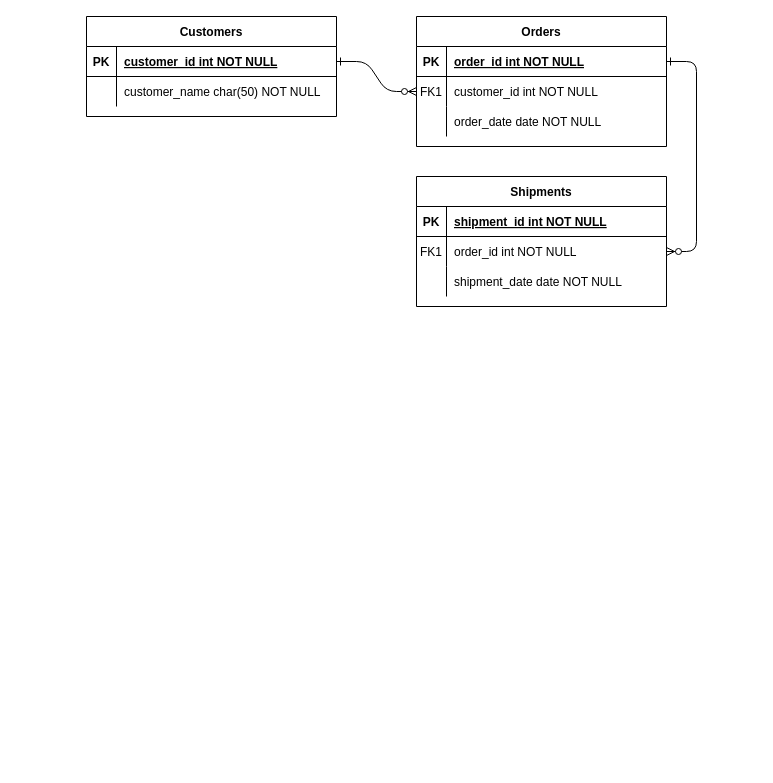
The draw.io diagram Diagrama sin título.drawio in MasacradorM/suma-ejecicio, before the edit. Source tidied: cells renumbered, new cells numbered last; positions are measured from the earlier drawing's top-left corner, leaving out a move shared by most shapes. Both pictures are drawn from the tidied source at 100%, with x=0, y=0 at pixel (86, 16).
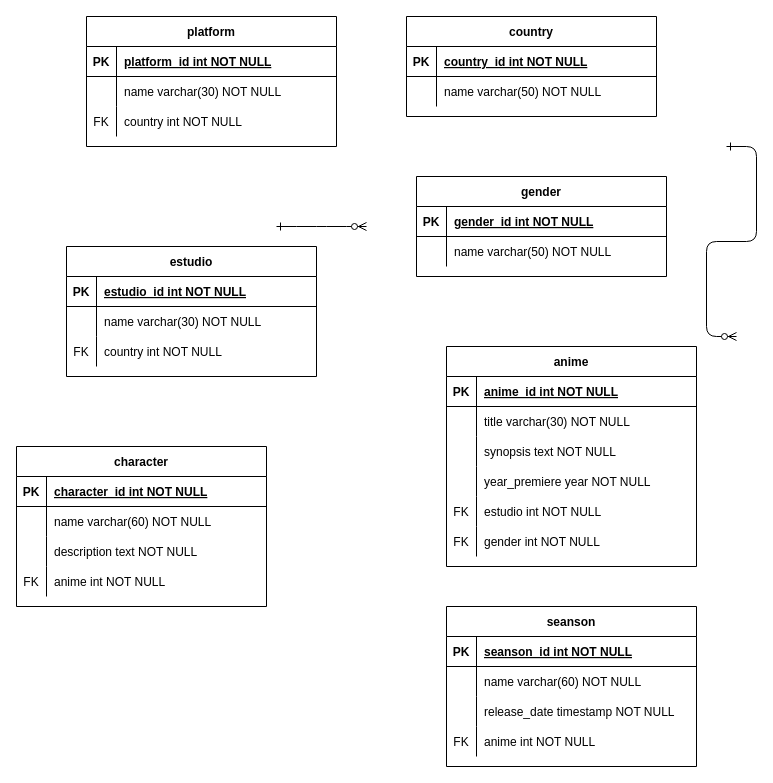
The same page after the edit.

The change refers to these unchanged cells:
```xml
<mxCell id="5" style="shape=partialRectangle;fillColor=none;points=[[0,0.5],[1,0.5]];portConstraint=eastwest;top=0;left=0;right=0;bottom=1;" parent="4" vertex="1">
  <mxGeometry y="30" width="250" height="30" as="geometry" />
</mxCell>
<mxCell id="8" style="shape=partialRectangle;fillColor=none;points=[[0,0.5],[1,0.5]];portConstraint=eastwest;top=0;left=0;right=0;bottom=0;" parent="4" vertex="1">
  <mxGeometry y="60" width="250" height="30" as="geometry" />
</mxCell>
<mxCell id="15" style="shape=partialRectangle;fillColor=none;top=0;left=0;right=0;bottom=1;" parent="14" vertex="1">
  <mxGeometry y="30" width="250" height="30" as="geometry" />
</mxCell>
<mxCell id="18" style="shape=partialRectangle;fillColor=none;points=[[0,0.5],[1,0.5]];portConstraint=eastwest;top=0;left=0;right=0;bottom=0;" parent="14" vertex="1">
  <mxGeometry y="60" width="250" height="30" as="geometry" />
</mxCell>
<mxCell id="25" style="shape=partialRectangle;fillColor=none;points=[[0,0.5],[1,0.5]];portConstraint=eastwest;top=0;left=0;right=0;bottom=1;" parent="24" vertex="1">
  <mxGeometry y="30" width="250" height="30" as="geometry" />
</mxCell>
<mxCell id="28" style="shape=partialRectangle;fillColor=none;top=0;left=0;right=0;bottom=0;" parent="24" vertex="1">
  <mxGeometry y="60" width="250" height="30" as="geometry" />
</mxCell>
```

What changed in the source:
```diff
@@
-    <mxCell id="2" style="edgeStyle=entityRelationEdgeStyle;endArrow=ERzeroToMany;startArrow=ERone;endFill=1;startFill=0;" parent="1" edge="1" source="25" target="8">
-      <mxGeometry relative="1" as="geometry" />
+    <mxCell id="2" style="edgeStyle=entityRelationEdgeStyle;endArrow=ERzeroToMany;startArrow=ERone;endFill=1;startFill=0;" parent="1" edge="1">
+      <mxGeometry relative="1" as="geometry">
+        <mxPoint x="190" y="210" as="sourcePoint" />
+        <mxPoint x="280" y="210" as="targetPoint" />
+        <Array as="points">
+          <mxPoint x="200" y="280" />
+          <mxPoint x="280" y="90" />
+          <mxPoint x="300" y="110" />
+          <mxPoint x="300" y="80" />
+        </Array>
+      </mxGeometry>
     </mxCell>
-    <mxCell id="3" style="edgeStyle=entityRelationEdgeStyle;endArrow=ERzeroToMany;startArrow=ERone;endFill=1;startFill=0;" parent="1" edge="1" source="5" target="18">
-      <mxGeometry relative="1" as="geometry" />
+    <mxCell id="3" style="edgeStyle=entityRelationEdgeStyle;endArrow=ERzeroToMany;startArrow=ERone;endFill=1;startFill=0;" parent="1" edge="1">
+      <mxGeometry relative="1" as="geometry">
+        <mxPoint x="640" y="130" as="sourcePoint" />
+        <mxPoint x="650" y="320" as="targetPoint" />
+      </mxGeometry>
     </mxCell>
-    <mxCell id="4" value="Orders" style="shape=table;startSize=30;childLayout=tableLayout;rowLines=0;fontStyle=1;align=center;" parent="1" vertex="1">
-      <mxGeometry x="330" width="250" height="130" as="geometry" />
+    <mxCell id="4" value="country" style="shape=table;startSize=30;childLayout=tableLayout;rowLines=0;fontStyle=1;align=center;" parent="1" vertex="1">
+      <mxGeometry x="320" width="250" height="100" as="geometry" />
     </mxCell>
@@
-    <mxCell id="7" value="order_id int NOT NULL " style="shape=partialRectangle;overflow=hidden;fillColor=none;top=0;left=0;bottom=0;right=0;align=left;spacingLeft=6;fontStyle=5;" parent="5" vertex="1">
+    <mxCell id="7" value="country_id int NOT NULL" style="shape=partialRectangle;overflow=hidden;fillColor=none;top=0;left=0;bottom=0;right=0;align=left;spacingLeft=6;fontStyle=5;" parent="5" vertex="1">
       <mxGeometry x="30" width="220" height="30" as="geometry" />
     </mxCell>
@@
-    <mxCell id="9" value="FK1" style="shape=partialRectangle;overflow=hidden;fillColor=none;top=0;left=0;bottom=0;right=0;" parent="8" vertex="1">
+    <mxCell id="9" style="shape=partialRectangle;overflow=hidden;fillColor=none;top=0;left=0;bottom=0;right=0;" parent="8" vertex="1">
       <mxGeometry width="30" height="30" as="geometry" />
     </mxCell>
-    <mxCell id="10" value="customer_id int NOT NULL" style="shape=partialRectangle;overflow=hidden;fillColor=none;top=0;left=0;bottom=0;right=0;align=left;spacingLeft=6;" parent="8" vertex="1">
+    <mxCell id="10" value="name varchar(50) NOT NULL" style="shape=partialRectangle;overflow=hidden;fillColor=none;top=0;left=0;bottom=0;right=0;align=left;spacingLeft=6;" parent="8" vertex="1">
       <mxGeometry x="30" width="220" height="30" as="geometry" />
     </mxCell>
-    <mxCell id="11" style="shape=partialRectangle;fillColor=none;top=0;left=0;right=0;bottom=0;" parent="4" vertex="1">
-      <mxGeometry y="90" width="250" height="30" as="geometry" />
-    </mxCell>
-    <mxCell id="12" style="shape=partialRectangle;overflow=hidden;fillColor=none;top=0;left=0;bottom=0;right=0;" parent="11" vertex="1">
-      <mxGeometry width="30" height="30" as="geometry" />
-    </mxCell>
-    <mxCell id="13" value="order_date date NOT NULL" style="shape=partialRectangle;overflow=hidden;fillColor=none;top=0;left=0;bottom=0;right=0;align=left;spacingLeft=6;" parent="11" vertex="1">
-      <mxGeometry x="30" width="220" height="30" as="geometry" />
-    </mxCell>
-    <mxCell id="14" value="Shipments" style="shape=table;startSize=30;childLayout=tableLayout;rowLines=0;fontStyle=1;align=center;" parent="1" vertex="1">
-      <mxGeometry x="330" y="160" width="250" height="130" as="geometry" />
+    <mxCell id="14" value="gender" style="shape=table;startSize=30;childLayout=tableLayout;rowLines=0;fontStyle=1;align=center;" parent="1" vertex="1">
+      <mxGeometry x="330" y="160" width="250" height="100" as="geometry" />
     </mxCell>
@@
-    <mxCell id="17" value="shipment_id int NOT NULL " style="shape=partialRectangle;overflow=hidden;fillColor=none;top=0;left=0;bottom=0;right=0;align=left;spacingLeft=6;fontStyle=5;" parent="15" vertex="1">
+    <mxCell id="17" value="gender_id int NOT NULL " style="shape=partialRectangle;overflow=hidden;fillColor=none;top=0;left=0;bottom=0;right=0;align=left;spacingLeft=6;fontStyle=5;" parent="15" vertex="1">
       <mxGeometry x="30" width="220" height="30" as="geometry" />
     </mxCell>
@@
-    <mxCell id="19" value="FK1" style="shape=partialRectangle;overflow=hidden;fillColor=none;top=0;left=0;bottom=0;right=0;" parent="18" vertex="1">
+    <mxCell id="19" style="shape=partialRectangle;overflow=hidden;fillColor=none;top=0;left=0;bottom=0;right=0;" parent="18" vertex="1">
       <mxGeometry width="30" height="30" as="geometry" />
     </mxCell>
-    <mxCell id="20" value="order_id int NOT NULL" style="shape=partialRectangle;overflow=hidden;fillColor=none;top=0;left=0;bottom=0;right=0;align=left;spacingLeft=6;" parent="18" vertex="1">
+    <mxCell id="20" value="name varchar(50) NOT NULL" style="shape=partialRectangle;overflow=hidden;fillColor=none;top=0;left=0;bottom=0;right=0;align=left;spacingLeft=6;" parent="18" vertex="1">
       <mxGeometry x="30" width="220" height="30" as="geometry" />
     </mxCell>
-    <mxCell id="21" style="shape=partialRectangle;fillColor=none;top=0;left=0;right=0;bottom=0;" parent="14" vertex="1">
-      <mxGeometry y="90" width="250" height="30" as="geometry" />
-    </mxCell>
-    <mxCell id="22" style="shape=partialRectangle;overflow=hidden;fillColor=none;top=0;left=0;bottom=0;right=0;" parent="21" vertex="1">
-      <mxGeometry width="30" height="30" as="geometry" />
-    </mxCell>
-    <mxCell id="23" value="shipment_date date NOT NULL" style="shape=partialRectangle;overflow=hidden;fillColor=none;top=0;left=0;bottom=0;right=0;align=left;spacingLeft=6;" parent="21" vertex="1">
-      <mxGeometry x="30" width="220" height="30" as="geometry" />
-    </mxCell>
-    <mxCell id="24" value="Customers" style="shape=table;startSize=30;childLayout=tableLayout;rowLines=0;fontStyle=1;align=center;" parent="1" vertex="1">
-      <mxGeometry width="250" height="100" as="geometry" />
+    <mxCell id="24" value="platform" style="shape=table;startSize=30;childLayout=tableLayout;rowLines=0;fontStyle=1;align=center;" parent="1" vertex="1">
+      <mxGeometry width="250" height="130" as="geometry" />
     </mxCell>
@@
-    <mxCell id="27" value="customer_id int NOT NULL " style="shape=partialRectangle;overflow=hidden;fillColor=none;top=0;left=0;bottom=0;right=0;align=left;spacingLeft=6;fontStyle=5;" parent="25" vertex="1">
+    <mxCell id="27" value="platform_id int NOT NULL " style="shape=partialRectangle;overflow=hidden;fillColor=none;top=0;left=0;bottom=0;right=0;align=left;spacingLeft=6;fontStyle=5;" parent="25" vertex="1">
       <mxGeometry x="30" width="220" height="30" as="geometry" />
     </mxCell>
@@
-    <mxCell id="30" value="customer_name char(50) NOT NULL" style="shape=partialRectangle;overflow=hidden;fillColor=none;top=0;left=0;bottom=0;right=0;align=left;spacingLeft=6;" parent="28" vertex="1">
+    <mxCell id="30" value="name varchar(30) NOT NULL" style="shape=partialRectangle;overflow=hidden;fillColor=none;top=0;left=0;bottom=0;right=0;align=left;spacingLeft=6;" parent="28" vertex="1">
       <mxGeometry x="30" width="220" height="30" as="geometry" />
     </mxCell>
+    <mxCell id="31" style="shape=partialRectangle;fillColor=none;top=0;left=0;right=0;bottom=0;" parent="24" vertex="1">
+      <mxGeometry y="90" width="250" height="30" as="geometry" />
+    </mxCell>
+    <mxCell id="32" value="FK" style="shape=partialRectangle;overflow=hidden;fillColor=none;top=0;left=0;bottom=0;right=0;" parent="31" vertex="1">
+      <mxGeometry width="30" height="30" as="geometry" />
+    </mxCell>
+    <mxCell id="33" value="country int NOT NULL" style="shape=partialRectangle;overflow=hidden;fillColor=none;top=0;left=0;bottom=0;right=0;align=left;spacingLeft=6;" parent="31" vertex="1">
+      <mxGeometry x="30" width="220" height="30" as="geometry" />
+    </mxCell>
+    <mxCell id="34" value="estudio" style="shape=table;startSize=30;childLayout=tableLayout;rowLines=0;fontStyle=1;align=center;" parent="1" vertex="1">
+      <mxGeometry x="-20" y="230" width="250" height="130" as="geometry" />
+    </mxCell>
+    <mxCell id="35" style="shape=partialRectangle;fillColor=none;top=0;left=0;right=0;bottom=1;" parent="34" vertex="1">
+      <mxGeometry y="30" width="250" height="30" as="geometry" />
+    </mxCell>
+    <mxCell id="36" value="PK" style="shape=partialRectangle;overflow=hidden;fillColor=none;top=0;left=0;bottom=0;right=0;fontStyle=1;" parent="35" vertex="1">
+      <mxGeometry width="30" height="30" as="geometry" />
+    </mxCell>
+    <mxCell id="37" value="estudio_id int NOT NULL " style="shape=partialRectangle;overflow=hidden;fillColor=none;top=0;left=0;bottom=0;right=0;align=left;spacingLeft=6;fontStyle=5;" parent="35" vertex="1">
+      <mxGeometry x="30" width="220" height="30" as="geometry" />
+    </mxCell>
+    <mxCell id="38" style="shape=partialRectangle;fillColor=none;top=0;left=0;right=0;bottom=0;" parent="34" vertex="1">
+      <mxGeometry y="60" width="250" height="30" as="geometry" />
+    </mxCell>
+    <mxCell id="39" style="shape=partialRectangle;overflow=hidden;fillColor=none;top=0;left=0;bottom=0;right=0;" parent="38" vertex="1">
+      <mxGeometry width="30" height="30" as="geometry" />
+    </mxCell>
+    <mxCell id="40" value="name varchar(30) NOT NULL" style="shape=partialRectangle;overflow=hidden;fillColor=none;top=0;left=0;bottom=0;right=0;align=left;spacingLeft=6;" parent="38" vertex="1">
+      <mxGeometry x="30" width="220" height="30" as="geometry" />
+    </mxCell>
+    <mxCell id="41" style="shape=partialRectangle;fillColor=none;top=0;left=0;right=0;bottom=0;" parent="34" vertex="1">
+      <mxGeometry y="90" width="250" height="30" as="geometry" />
+    </mxCell>
+    <mxCell id="42" value="FK" style="shape=partialRectangle;overflow=hidden;fillColor=none;top=0;left=0;bottom=0;right=0;" parent="41" vertex="1">
+      <mxGeometry width="30" height="30" as="geometry" />
+    </mxCell>
+    <mxCell id="43" value="country int NOT NULL" style="shape=partialRectangle;overflow=hidden;fillColor=none;top=0;left=0;bottom=0;right=0;align=left;spacingLeft=6;" parent="41" vertex="1">
+      <mxGeometry x="30" width="220" height="30" as="geometry" />
+    </mxCell>
+    <mxCell id="44" value="anime" style="shape=table;startSize=30;childLayout=tableLayout;rowLines=0;fontStyle=1;align=center;" parent="1" vertex="1">
+      <mxGeometry x="360" y="330" width="250" height="220" as="geometry" />
+    </mxCell>
+    <mxCell id="45" style="shape=partialRectangle;fillColor=none;top=0;left=0;right=0;bottom=1;" parent="44" vertex="1">
+      <mxGeometry y="30" width="250" height="30" as="geometry" />
+    </mxCell>
+    <mxCell id="46" value="PK" style="shape=partialRectangle;overflow=hidden;fillColor=none;top=0;left=0;bottom=0;right=0;fontStyle=1;" parent="45" vertex="1">
+      <mxGeometry width="30" height="30" as="geometry" />
+    </mxCell>
+    <mxCell id="47" value="anime_id int NOT NULL " style="shape=partialRectangle;overflow=hidden;fillColor=none;top=0;left=0;bottom=0;right=0;align=left;spacingLeft=6;fontStyle=5;" parent="45" vertex="1">
+      <mxGeometry x="30" width="220" height="30" as="geometry" />
+    </mxCell>
+    <mxCell id="48" style="shape=partialRectangle;fillColor=none;top=0;left=0;right=0;bottom=0;" parent="44" vertex="1">
+      <mxGeometry y="60" width="250" height="30" as="geometry" />
+    </mxCell>
+    <mxCell id="49" style="shape=partialRectangle;overflow=hidden;fillColor=none;top=0;left=0;bottom=0;right=0;" parent="48" vertex="1">
+      <mxGeometry width="30" height="30" as="geometry" />
+    </mxCell>
+    <mxCell id="50" value="title varchar(30) NOT NULL" style="shape=partialRectangle;overflow=hidden;fillColor=none;top=0;left=0;bottom=0;right=0;align=left;spacingLeft=6;" parent="48" vertex="1">
+      <mxGeometry x="30" width="220" height="30" as="geometry" />
+    </mxCell>
+    <mxCell id="51" style="shape=partialRectangle;fillColor=none;top=0;left=0;right=0;bottom=0;" parent="44" vertex="1">
+      <mxGeometry y="90" width="250" height="30" as="geometry" />
+    </mxCell>
+    <mxCell id="52" style="shape=partialRectangle;overflow=hidden;fillColor=none;top=0;left=0;bottom=0;right=0;" parent="51" vertex="1">
+      <mxGeometry width="30" height="30" as="geometry" />
+    </mxCell>
+    <mxCell id="53" value="synopsis text NOT NULL" style="shape=partialRectangle;overflow=hidden;fillColor=none;top=0;left=0;bottom=0;right=0;align=left;spacingLeft=6;" parent="51" vertex="1">
+      <mxGeometry x="30" width="220" height="30" as="geometry" />
+    </mxCell>
+    <mxCell id="54" style="shape=partialRectangle;fillColor=none;top=0;left=0;right=0;bottom=0;" parent="44" vertex="1">
+      <mxGeometry y="120" width="250" height="30" as="geometry" />
+    </mxCell>
+    <mxCell id="55" style="shape=partialRectangle;overflow=hidden;fillColor=none;top=0;left=0;bottom=0;right=0;" parent="54" vertex="1">
+      <mxGeometry width="30" height="30" as="geometry" />
+    </mxCell>
+    <mxCell id="56" value="year_premiere year NOT NULL" style="shape=partialRectangle;overflow=hidden;fillColor=none;top=0;left=0;bottom=0;right=0;align=left;spacingLeft=6;" parent="54" vertex="1">
+      <mxGeometry x="30" width="220" height="30" as="geometry" />
+    </mxCell>
+    <mxCell id="57" style="shape=partialRectangle;fillColor=none;top=0;left=0;right=0;bottom=0;" parent="44" vertex="1">
+      <mxGeometry y="150" width="250" height="30" as="geometry" />
+    </mxCell>
+    <mxCell id="58" value="FK" style="shape=partialRectangle;overflow=hidden;fillColor=none;top=0;left=0;bottom=0;right=0;" parent="57" vertex="1">
+      <mxGeometry width="30" height="30" as="geometry" />
+    </mxCell>
+    <mxCell id="59" value="estudio int NOT NULL" style="shape=partialRectangle;overflow=hidden;fillColor=none;top=0;left=0;bottom=0;right=0;align=left;spacingLeft=6;" parent="57" vertex="1">
+      <mxGeometry x="30" width="220" height="30" as="geometry" />
+    </mxCell>
+    <mxCell id="60" style="shape=partialRectangle;fillColor=none;top=0;left=0;right=0;bottom=0;" parent="44" vertex="1">
+      <mxGeometry y="180" width="250" height="30" as="geometry" />
+    </mxCell>
+    <mxCell id="61" value="FK" style="shape=partialRectangle;overflow=hidden;fillColor=none;top=0;left=0;bottom=0;right=0;" parent="60" vertex="1">
+      <mxGeometry width="30" height="30" as="geometry" />
+    </mxCell>
+    <mxCell id="62" value="gender int NOT NULL" style="shape=partialRectangle;overflow=hidden;fillColor=none;top=0;left=0;bottom=0;right=0;align=left;spacingLeft=6;" parent="60" vertex="1">
+      <mxGeometry x="30" width="220" height="30" as="geometry" />
+    </mxCell>
+    <mxCell id="63" value="character" style="shape=table;startSize=30;childLayout=tableLayout;rowLines=0;fontStyle=1;align=center;" parent="1" vertex="1">
+      <mxGeometry x="-70" y="430" width="250" height="160" as="geometry" />
+    </mxCell>
+    <mxCell id="64" style="shape=partialRectangle;fillColor=none;top=0;left=0;right=0;bottom=1;" parent="63" vertex="1">
+      <mxGeometry y="30" width="250" height="30" as="geometry" />
+    </mxCell>
+    <mxCell id="65" value="PK" style="shape=partialRectangle;overflow=hidden;fillColor=none;top=0;left=0;bottom=0;right=0;fontStyle=1;" parent="64" vertex="1">
+      <mxGeometry width="30" height="30" as="geometry" />
+    </mxCell>
+    <mxCell id="66" value="character_id int NOT NULL " style="shape=partialRectangle;overflow=hidden;fillColor=none;top=0;left=0;bottom=0;right=0;align=left;spacingLeft=6;fontStyle=5;" parent="64" vertex="1">
+      <mxGeometry x="30" width="220" height="30" as="geometry" />
+    </mxCell>
+    <mxCell id="67" style="shape=partialRectangle;fillColor=none;top=0;left=0;right=0;bottom=0;" parent="63" vertex="1">
+      <mxGeometry y="60" width="250" height="30" as="geometry" />
+    </mxCell>
+    <mxCell id="68" style="shape=partialRectangle;overflow=hidden;fillColor=none;top=0;left=0;bottom=0;right=0;" parent="67" vertex="1">
+      <mxGeometry width="30" height="30" as="geometry" />
+    </mxCell>
+    <mxCell id="69" value="name varchar(60) NOT NULL" style="shape=partialRectangle;overflow=hidden;fillColor=none;top=0;left=0;bottom=0;right=0;align=left;spacingLeft=6;" parent="67" vertex="1">
+      <mxGeometry x="30" width="220" height="30" as="geometry" />
+    </mxCell>
+    <mxCell id="70" style="shape=partialRectangle;fillColor=none;top=0;left=0;right=0;bottom=0;" parent="63" vertex="1">
+      <mxGeometry y="90" width="250" height="30" as="geometry" />
+    </mxCell>
+    <mxCell id="71" style="shape=partialRectangle;overflow=hidden;fillColor=none;top=0;left=0;bottom=0;right=0;" parent="70" vertex="1">
+      <mxGeometry width="30" height="30" as="geometry" />
+    </mxCell>
+    <mxCell id="72" value="description text NOT NULL" style="shape=partialRectangle;overflow=hidden;fillColor=none;top=0;left=0;bottom=0;right=0;align=left;spacingLeft=6;" parent="70" vertex="1">
+      <mxGeometry x="30" width="220" height="30" as="geometry" />
+    </mxCell>
+    <mxCell id="73" style="shape=partialRectangle;fillColor=none;top=0;left=0;right=0;bottom=0;" parent="63" vertex="1">
+      <mxGeometry y="120" width="250" height="30" as="geometry" />
+    </mxCell>
+    <mxCell id="74" value="FK" style="shape=partialRectangle;overflow=hidden;fillColor=none;top=0;left=0;bottom=0;right=0;" parent="73" vertex="1">
+      <mxGeometry width="30" height="30" as="geometry" />
+    </mxCell>
+    <mxCell id="75" value="anime int NOT NULL" style="shape=partialRectangle;overflow=hidden;fillColor=none;top=0;left=0;bottom=0;right=0;align=left;spacingLeft=6;" parent="73" vertex="1">
+      <mxGeometry x="30" width="220" height="30" as="geometry" />
+    </mxCell>
+    <mxCell id="76" value="seanson" style="shape=table;startSize=30;childLayout=tableLayout;rowLines=0;fontStyle=1;align=center;" parent="1" vertex="1">
+      <mxGeometry x="360" y="590" width="250" height="160" as="geometry" />
+    </mxCell>
+    <mxCell id="77" style="shape=partialRectangle;fillColor=none;top=0;left=0;right=0;bottom=1;" parent="76" vertex="1">
+      <mxGeometry y="30" width="250" height="30" as="geometry" />
+    </mxCell>
+    <mxCell id="78" value="PK" style="shape=partialRectangle;overflow=hidden;fillColor=none;top=0;left=0;bottom=0;right=0;fontStyle=1;" parent="77" vertex="1">
+      <mxGeometry width="30" height="30" as="geometry" />
+    </mxCell>
+    <mxCell id="79" value="seanson_id int NOT NULL " style="shape=partialRectangle;overflow=hidden;fillColor=none;top=0;left=0;bottom=0;right=0;align=left;spacingLeft=6;fontStyle=5;" parent="77" vertex="1">
+      <mxGeometry x="30" width="220" height="30" as="geometry" />
+    </mxCell>
+    <mxCell id="80" style="shape=partialRectangle;fillColor=none;top=0;left=0;right=0;bottom=0;" parent="76" vertex="1">
+      <mxGeometry y="60" width="250" height="30" as="geometry" />
+    </mxCell>
+    <mxCell id="81" style="shape=partialRectangle;overflow=hidden;fillColor=none;top=0;left=0;bottom=0;right=0;" parent="80" vertex="1">
+      <mxGeometry width="30" height="30" as="geometry" />
+    </mxCell>
+    <mxCell id="82" value="name varchar(60) NOT NULL" style="shape=partialRectangle;overflow=hidden;fillColor=none;top=0;left=0;bottom=0;right=0;align=left;spacingLeft=6;" parent="80" vertex="1">
+      <mxGeometry x="30" width="220" height="30" as="geometry" />
+    </mxCell>
+    <mxCell id="83" style="shape=partialRectangle;fillColor=none;top=0;left=0;right=0;bottom=0;" parent="76" vertex="1">
+      <mxGeometry y="90" width="250" height="30" as="geometry" />
+    </mxCell>
+    <mxCell id="84" style="shape=partialRectangle;overflow=hidden;fillColor=none;top=0;left=0;bottom=0;right=0;" parent="83" vertex="1">
+      <mxGeometry width="30" height="30" as="geometry" />
+    </mxCell>
+    <mxCell id="85" value="release_date timestamp NOT NULL" style="shape=partialRectangle;overflow=hidden;fillColor=none;top=0;left=0;bottom=0;right=0;align=left;spacingLeft=6;" parent="83" vertex="1">
+      <mxGeometry x="30" width="220" height="30" as="geometry" />
+    </mxCell>
+    <mxCell id="86" style="shape=partialRectangle;fillColor=none;top=0;left=0;right=0;bottom=0;" parent="76" vertex="1">
+      <mxGeometry y="120" width="250" height="30" as="geometry" />
+    </mxCell>
+    <mxCell id="87" value="FK" style="shape=partialRectangle;overflow=hidden;fillColor=none;top=0;left=0;bottom=0;right=0;" parent="86" vertex="1">
+      <mxGeometry width="30" height="30" as="geometry" />
+    </mxCell>
+    <mxCell id="88" value="anime int NOT NULL" style="shape=partialRectangle;overflow=hidden;fillColor=none;top=0;left=0;bottom=0;right=0;align=left;spacingLeft=6;" parent="86" vertex="1">
+      <mxGeometry x="30" width="220" height="30" as="geometry" />
+    </mxCell>
```
